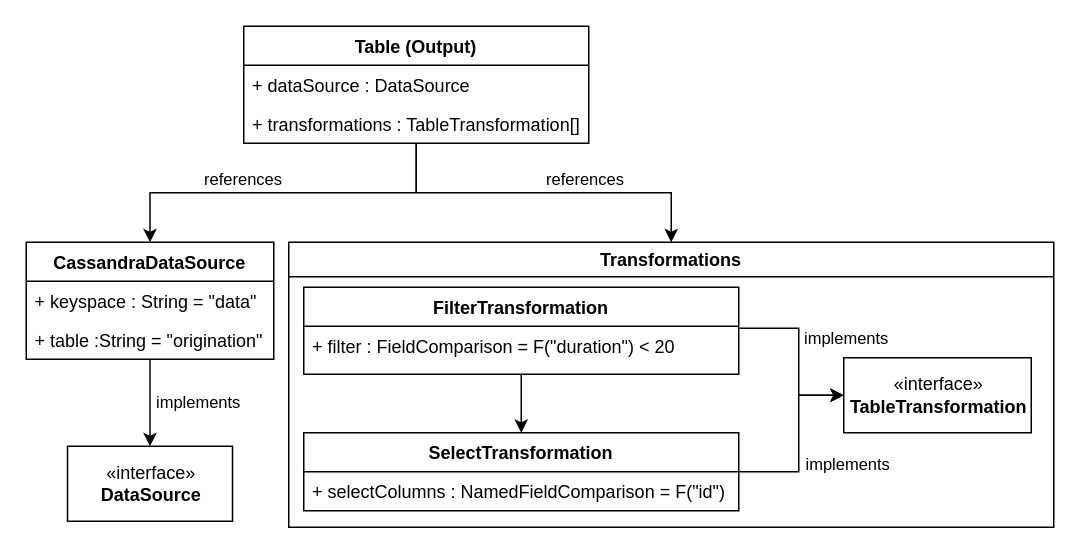
Before: report/chapters/diagrams/implementation/filter-select-query.drawio in oliver-little/final-year-project, a draw.io diagram. Source tidied: cells renumbered, new cells numbered last; positions are measured from the earlier drawing's top-left corner, leaving out a move shared by most shapes. Both pictures are drawn from the tidied source at 150%, with x=0, y=0 at pixel (26, 26).
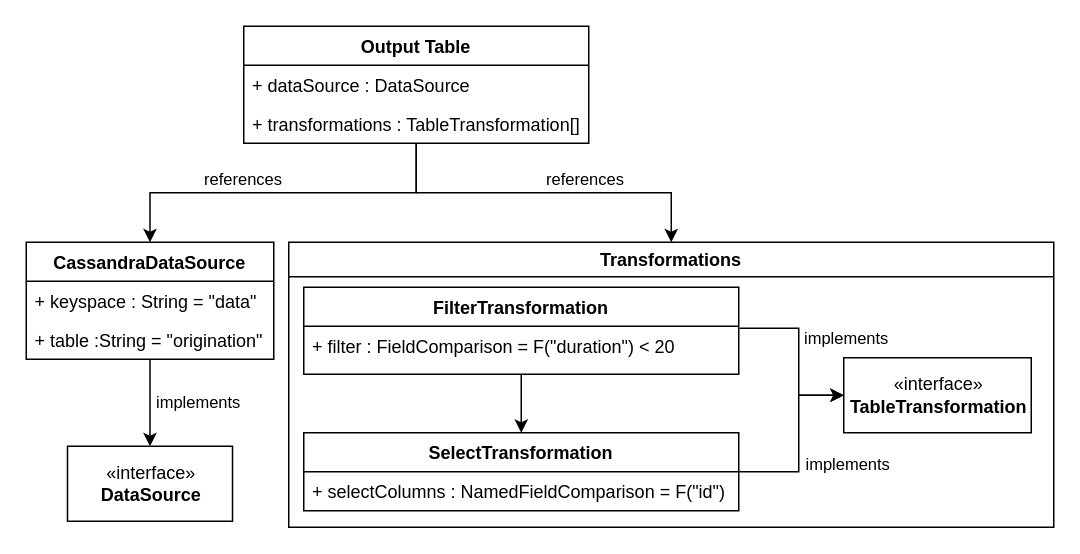
The same page after the edit.

Change to the diagram source:
```diff
@@
-    <mxCell id="18" value="Table (Output)" style="swimlane;fontStyle=1;horizontal=1;startSize=26;fillColor=none;" parent="1" vertex="1">
+    <mxCell id="18" value="Output Table" style="swimlane;fontStyle=1;horizontal=1;startSize=26;fillColor=none;" parent="1" vertex="1">
       <mxGeometry x="145" width="230" height="78" as="geometry" />
     </mxCell>
```
